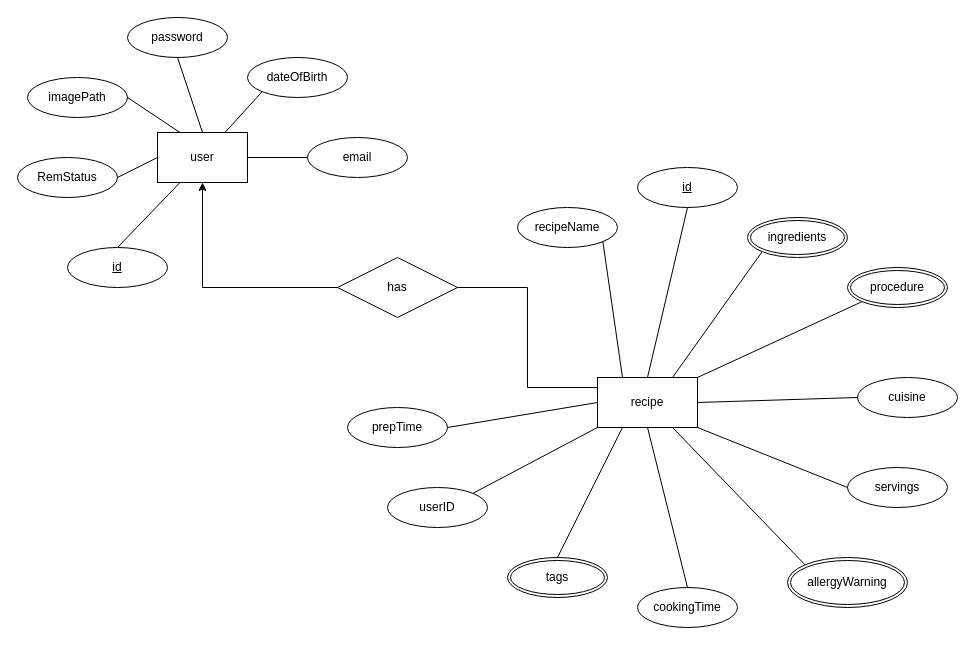
The draw.io diagram ERDiagramExtension.drawio in mayank-patel26/Recipe-Management-App, before the edit. Source tidied: cells renumbered, new cells numbered last; positions are measured from the earlier drawing's top-left corner, leaving out a move shared by most shapes. Both pictures are drawn from the tidied source at 100%, with x=0, y=0 at pixel (17, 17).
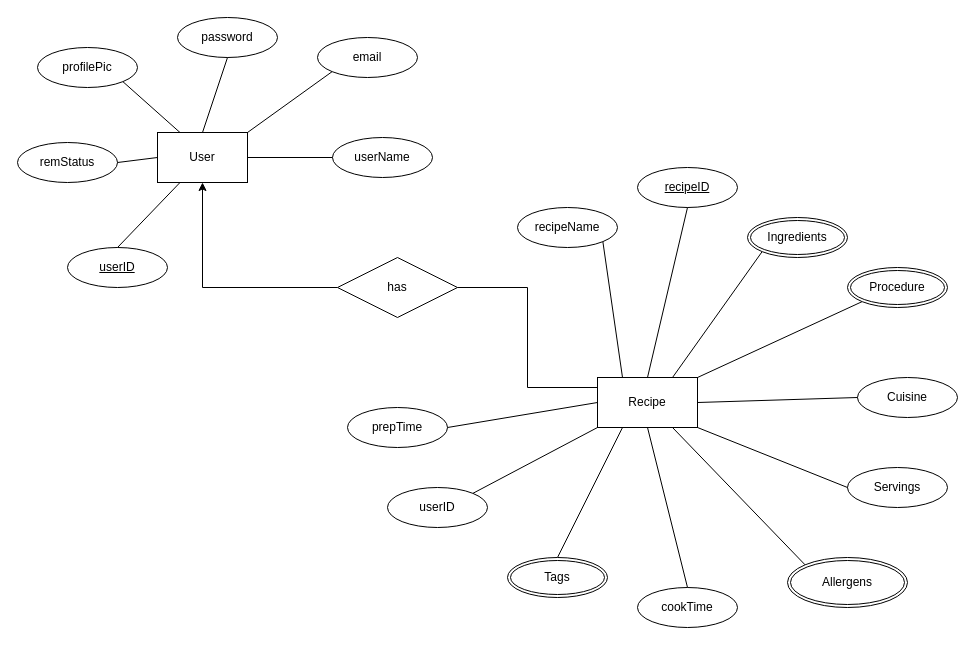
Above is the later version.

The edit, as a diff of the source:
```diff
@@
     <mxCell id="2" value="password" style="ellipse;whiteSpace=wrap;html=1;align=center;" parent="1" vertex="1">
-      <mxGeometry x="110" width="100" height="40" as="geometry" />
+      <mxGeometry x="160" width="100" height="40" as="geometry" />
     </mxCell>
-    <mxCell id="3" value="dateOfBirth" style="ellipse;whiteSpace=wrap;html=1;align=center;" parent="1" vertex="1">
-      <mxGeometry x="230" y="40" width="100" height="40" as="geometry" />
-    </mxCell>
-    <mxCell id="4" value="imagePath" style="ellipse;whiteSpace=wrap;html=1;align=center;" parent="1" vertex="1">
-      <mxGeometry x="10" y="60" width="100" height="40" as="geometry" />
+    <mxCell id="4" value="profilePic" style="ellipse;whiteSpace=wrap;html=1;align=center;" parent="1" vertex="1">
+      <mxGeometry x="20" y="30" width="100" height="40" as="geometry" />
     </mxCell>
-    <mxCell id="5" value="RemStatus" style="ellipse;whiteSpace=wrap;html=1;align=center;" parent="1" vertex="1">
-      <mxGeometry y="140" width="100" height="40" as="geometry" />
+    <mxCell id="5" value="remStatus" style="ellipse;whiteSpace=wrap;html=1;align=center;" parent="1" vertex="1">
+      <mxGeometry y="125" width="100" height="40" as="geometry" />
     </mxCell>
-    <mxCell id="6" value="id" style="ellipse;whiteSpace=wrap;html=1;align=center;fontStyle=4;" parent="1" vertex="1">
+    <mxCell id="6" value="userID" style="ellipse;whiteSpace=wrap;html=1;align=center;fontStyle=4;" parent="1" vertex="1">
       <mxGeometry x="50" y="230" width="100" height="40" as="geometry" />
     </mxCell>
     <mxCell id="7" value="email" style="ellipse;whiteSpace=wrap;html=1;align=center;" parent="1" vertex="1">
-      <mxGeometry x="290" y="120" width="100" height="40" as="geometry" />
+      <mxGeometry x="300" y="20" width="100" height="40" as="geometry" />
     </mxCell>
-    <mxCell id="8" value="id" style="ellipse;whiteSpace=wrap;html=1;align=center;fontStyle=4;" parent="1" vertex="1">
+    <mxCell id="8" value="recipeID" style="ellipse;whiteSpace=wrap;html=1;align=center;fontStyle=4;" parent="1" vertex="1">
       <mxGeometry x="620" y="150" width="100" height="40" as="geometry" />
     </mxCell>
@@
-    <mxCell id="10" value="cuisine" style="ellipse;whiteSpace=wrap;html=1;align=center;" parent="1" vertex="1">
+    <mxCell id="10" value="Cuisine" style="ellipse;whiteSpace=wrap;html=1;align=center;" parent="1" vertex="1">
       <mxGeometry x="840" y="360" width="100" height="40" as="geometry" />
     </mxCell>
-    <mxCell id="11" value="servings" style="ellipse;whiteSpace=wrap;html=1;align=center;" parent="1" vertex="1">
+    <mxCell id="11" value="Servings" style="ellipse;whiteSpace=wrap;html=1;align=center;" parent="1" vertex="1">
       <mxGeometry x="830" y="450" width="100" height="40" as="geometry" />
     </mxCell>
-    <mxCell id="12" value="cookingTime" style="ellipse;whiteSpace=wrap;html=1;align=center;" parent="1" vertex="1">
+    <mxCell id="12" value="cookTime" style="ellipse;whiteSpace=wrap;html=1;align=center;" parent="1" vertex="1">
       <mxGeometry x="620" y="570" width="100" height="40" as="geometry" />
     </mxCell>
@@
-    <mxCell id="19" style="endArrow=none;html=1;rounded=0;exitX=1;exitY=0.5;exitDx=0;exitDy=0;entryX=0.25;entryY=0;entryDx=0;entryDy=0;" parent="1" edge="1" source="4" target="39">
+    <mxCell id="19" style="endArrow=none;html=1;rounded=0;exitX=1;exitY=1;exitDx=0;exitDy=0;entryX=0.25;entryY=0;entryDx=0;entryDy=0;" parent="1" edge="1" source="4" target="39">
       <mxGeometry relative="1" as="geometry" />
     </mxCell>
@@
-    <mxCell id="22" style="endArrow=none;html=1;rounded=0;exitX=0;exitY=1;exitDx=0;exitDy=0;entryX=0.75;entryY=0;entryDx=0;entryDy=0;" parent="1" edge="1" source="3" target="39">
-      <mxGeometry relative="1" as="geometry" />
-    </mxCell>
-    <mxCell id="23" style="endArrow=none;html=1;rounded=0;exitX=0;exitY=0.5;exitDx=0;exitDy=0;entryX=1;entryY=0.5;entryDx=0;entryDy=0;" parent="1" edge="1" source="7" target="39">
+    <mxCell id="23" style="endArrow=none;html=1;rounded=0;exitX=0;exitY=1;exitDx=0;exitDy=0;entryX=1;entryY=0;entryDx=0;entryDy=0;" parent="1" edge="1" source="7" target="39">
       <mxGeometry relative="1" as="geometry" />
     </mxCell>
@@
-    <mxCell id="35" value="tags" style="ellipse;shape=doubleEllipse;margin=3;whiteSpace=wrap;html=1;align=center;" parent="1" vertex="1">
+    <mxCell id="35" value="Tags" style="ellipse;shape=doubleEllipse;margin=3;whiteSpace=wrap;html=1;align=center;" parent="1" vertex="1">
       <mxGeometry x="490" y="540" width="100" height="40" as="geometry" />
     </mxCell>
-    <mxCell id="36" value="ingredients" style="ellipse;shape=doubleEllipse;margin=3;whiteSpace=wrap;html=1;align=center;" parent="1" vertex="1">
+    <mxCell id="36" value="Ingredients" style="ellipse;shape=doubleEllipse;margin=3;whiteSpace=wrap;html=1;align=center;" parent="1" vertex="1">
       <mxGeometry x="730" y="200" width="100" height="40" as="geometry" />
     </mxCell>
-    <mxCell id="37" value="allergyWarning" style="ellipse;shape=doubleEllipse;margin=3;whiteSpace=wrap;html=1;align=center;" parent="1" vertex="1">
+    <mxCell id="37" value="Allergens" style="ellipse;shape=doubleEllipse;margin=3;whiteSpace=wrap;html=1;align=center;" parent="1" vertex="1">
       <mxGeometry x="770" y="540" width="120" height="50" as="geometry" />
     </mxCell>
-    <mxCell id="38" value="procedure" style="ellipse;shape=doubleEllipse;margin=3;whiteSpace=wrap;html=1;align=center;" parent="1" vertex="1">
+    <mxCell id="38" value="Procedure" style="ellipse;shape=doubleEllipse;margin=3;whiteSpace=wrap;html=1;align=center;" parent="1" vertex="1">
       <mxGeometry x="830" y="250" width="100" height="40" as="geometry" />
     </mxCell>
-    <mxCell id="39" value="&lt;span&gt;user&lt;/span&gt;" style="rounded=0;whiteSpace=wrap;html=1;" parent="1" vertex="1">
+    <mxCell id="39" value="&lt;span&gt;User&lt;/span&gt;" style="rounded=0;whiteSpace=wrap;html=1;" parent="1" vertex="1">
       <mxGeometry x="140" y="115" width="90" height="50" as="geometry" />
     </mxCell>
-    <mxCell id="40" value="&lt;span&gt;recipe&lt;/span&gt;" style="rounded=0;whiteSpace=wrap;html=1;" parent="1" vertex="1">
+    <mxCell id="40" value="&lt;span&gt;Recipe&lt;/span&gt;" style="rounded=0;whiteSpace=wrap;html=1;" parent="1" vertex="1">
       <mxGeometry x="580" y="360" width="100" height="50" as="geometry" />
     </mxCell>
+    <mxCell id="41" value="userName" style="ellipse;whiteSpace=wrap;html=1;align=center;" parent="1" vertex="1">
+      <mxGeometry x="315" y="120" width="100" height="40" as="geometry" />
+    </mxCell>
+    <mxCell id="42" style="endArrow=none;html=1;rounded=0;exitX=1;exitY=0.5;exitDx=0;exitDy=0;entryX=0;entryY=0.5;entryDx=0;entryDy=0;" parent="1" edge="1" source="39" target="41">
+      <mxGeometry relative="1" as="geometry" />
+    </mxCell>
```
